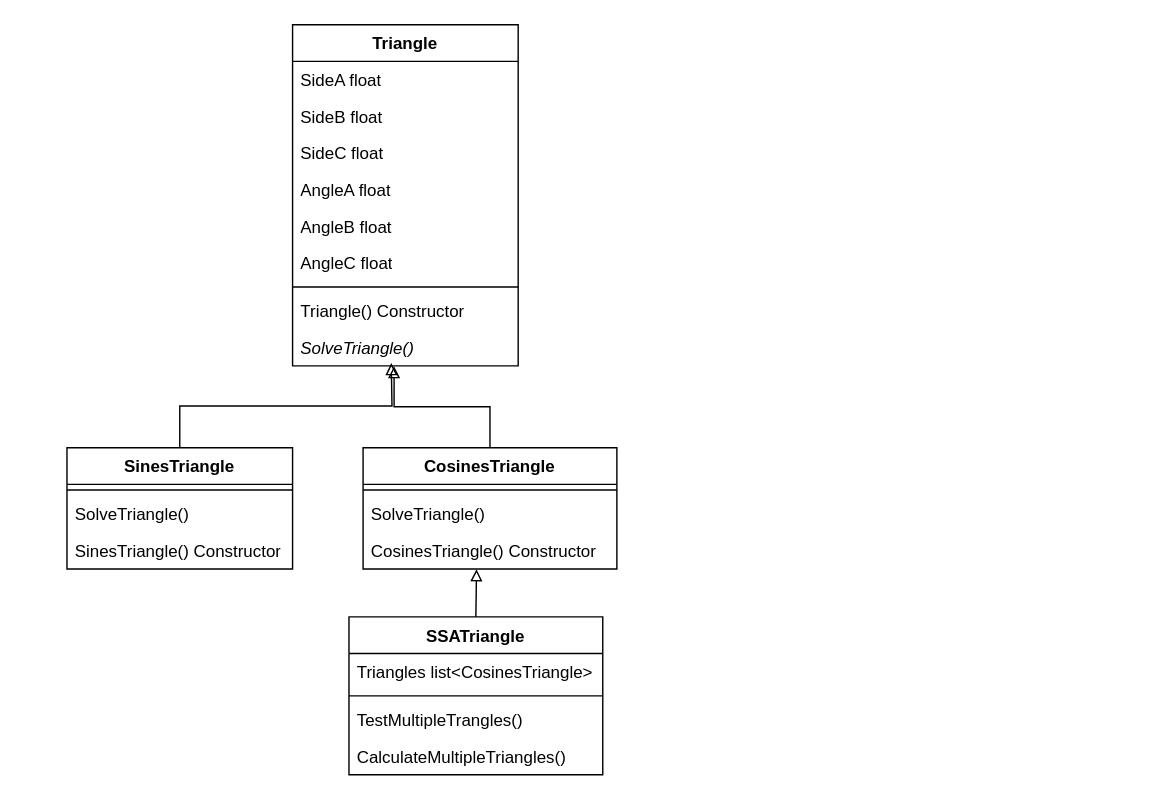
The draw.io diagram Draw.io/Untitled Diagram.drawio in Jebthegamer/cse210_hw, before the edit. Source tidied: cells renumbered, new cells numbered last; positions are measured from the earlier drawing's top-left corner, leaving out a move shared by most shapes. Both pictures are drawn from the tidied source at 141%, with x=0, y=0 at pixel (66, 24).
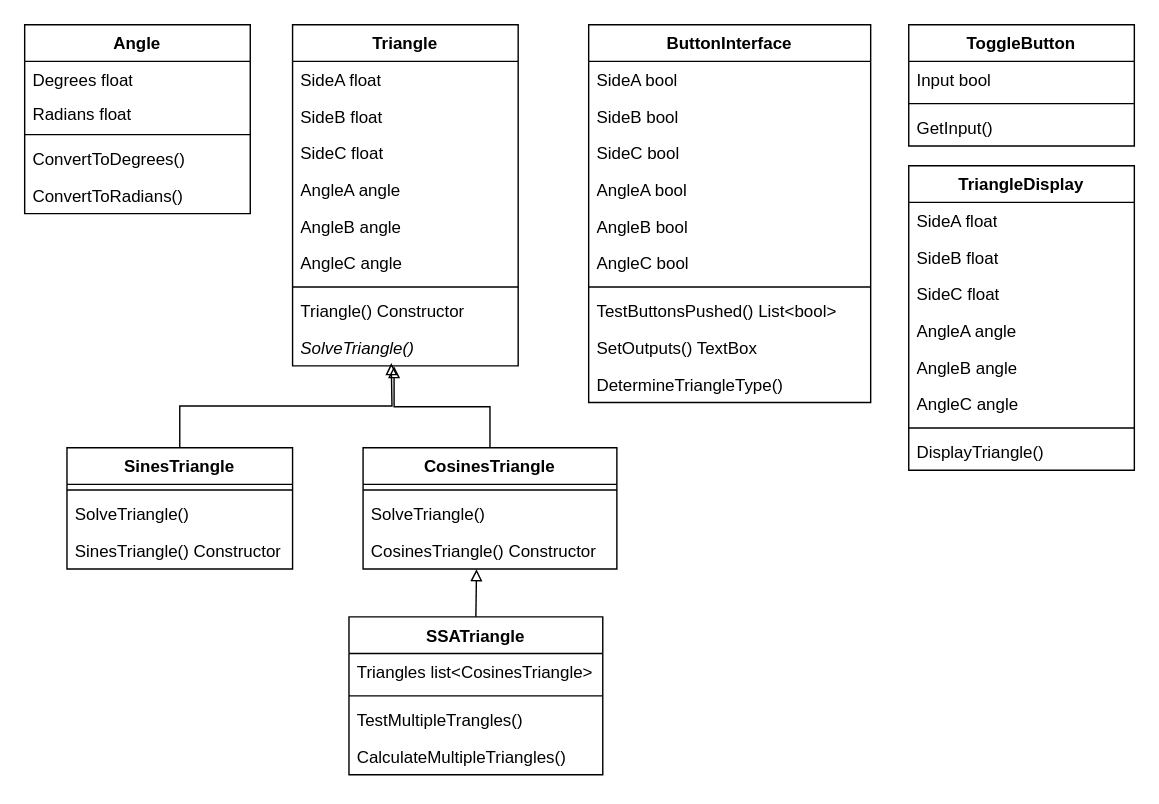
Above is the later version.

The change refers to these unchanged cells:
```xml
<mxCell id="6" value="Triangle" style="swimlane;fontStyle=1;align=center;verticalAlign=top;horizontal=1;startSize=26;whiteSpace=wrap;html=1;" parent="1" vertex="1">
  <mxGeometry x="160" width="160" height="242" as="geometry" />
</mxCell>
```

The edit, as a diff of the source:
```diff
@@
-    <mxCell id="10" value="AngleA float" style="text;strokeColor=none;fillColor=none;align=left;verticalAlign=top;spacingLeft=4;spacingRight=4;overflow=hidden;whiteSpace=wrap;html=1;" parent="6" vertex="1">
+    <mxCell id="10" value="AngleA angle" style="text;strokeColor=none;fillColor=none;align=left;verticalAlign=top;spacingLeft=4;spacingRight=4;overflow=hidden;whiteSpace=wrap;html=1;" parent="6" vertex="1">
       <mxGeometry y="104" width="160" height="26" as="geometry" />
     </mxCell>
-    <mxCell id="11" value="AngleB float" style="text;strokeColor=none;fillColor=none;align=left;verticalAlign=top;spacingLeft=4;spacingRight=4;overflow=hidden;whiteSpace=wrap;html=1;" parent="6" vertex="1">
+    <mxCell id="11" value="AngleB angle" style="text;strokeColor=none;fillColor=none;align=left;verticalAlign=top;spacingLeft=4;spacingRight=4;overflow=hidden;whiteSpace=wrap;html=1;" parent="6" vertex="1">
       <mxGeometry y="130" width="160" height="26" as="geometry" />
     </mxCell>
-    <mxCell id="12" value="AngleC float" style="text;strokeColor=none;fillColor=none;align=left;verticalAlign=top;spacingLeft=4;spacingRight=4;overflow=hidden;whiteSpace=wrap;html=1;" parent="6" vertex="1">
+    <mxCell id="12" value="AngleC angle" style="text;strokeColor=none;fillColor=none;align=left;verticalAlign=top;spacingLeft=4;spacingRight=4;overflow=hidden;whiteSpace=wrap;html=1;" parent="6" vertex="1">
       <mxGeometry y="156" width="160" height="26" as="geometry" />
     </mxCell>
@@
+    <mxCell id="28" value="ButtonInterface" style="swimlane;fontStyle=1;align=center;verticalAlign=top;horizontal=1;startSize=26;whiteSpace=wrap;html=1;" parent="1" vertex="1">
+      <mxGeometry x="370" width="200" height="268" as="geometry" />
+    </mxCell>
+    <mxCell id="29" value="SideA bool" style="text;strokeColor=none;fillColor=none;align=left;verticalAlign=top;spacingLeft=4;spacingRight=4;overflow=hidden;whiteSpace=wrap;html=1;" parent="28" vertex="1">
+      <mxGeometry y="26" width="200" height="26" as="geometry" />
+    </mxCell>
+    <mxCell id="30" value="SideB&amp;nbsp;bool" style="text;strokeColor=none;fillColor=none;align=left;verticalAlign=top;spacingLeft=4;spacingRight=4;overflow=hidden;whiteSpace=wrap;html=1;" parent="28" vertex="1">
+      <mxGeometry y="52" width="200" height="26" as="geometry" />
+    </mxCell>
+    <mxCell id="31" value="SideC bool" style="text;strokeColor=none;fillColor=none;align=left;verticalAlign=top;spacingLeft=4;spacingRight=4;overflow=hidden;whiteSpace=wrap;html=1;" parent="28" vertex="1">
+      <mxGeometry y="78" width="200" height="26" as="geometry" />
+    </mxCell>
+    <mxCell id="32" value="AngleA bool" style="text;strokeColor=none;fillColor=none;align=left;verticalAlign=top;spacingLeft=4;spacingRight=4;overflow=hidden;whiteSpace=wrap;html=1;" parent="28" vertex="1">
+      <mxGeometry y="104" width="200" height="26" as="geometry" />
+    </mxCell>
+    <mxCell id="33" value="AngleB bool" style="text;strokeColor=none;fillColor=none;align=left;verticalAlign=top;spacingLeft=4;spacingRight=4;overflow=hidden;whiteSpace=wrap;html=1;" parent="28" vertex="1">
+      <mxGeometry y="130" width="200" height="26" as="geometry" />
+    </mxCell>
+    <mxCell id="34" value="AngleC bool" style="text;strokeColor=none;fillColor=none;align=left;verticalAlign=top;spacingLeft=4;spacingRight=4;overflow=hidden;whiteSpace=wrap;html=1;" parent="28" vertex="1">
+      <mxGeometry y="156" width="200" height="26" as="geometry" />
+    </mxCell>
+    <mxCell id="35" style="line;strokeWidth=1;fillColor=none;align=left;verticalAlign=middle;spacingTop=-1;spacingLeft=3;spacingRight=3;labelPosition=right;strokeColor=inherit;" parent="28" vertex="1">
+      <mxGeometry y="182" width="200" height="8" as="geometry" />
+    </mxCell>
+    <mxCell id="36" value="TestButtonsPushed() List&amp;lt;bool&amp;gt;" style="text;strokeColor=none;fillColor=none;align=left;verticalAlign=top;spacingLeft=4;spacingRight=4;overflow=hidden;whiteSpace=wrap;html=1;" parent="28" vertex="1">
+      <mxGeometry y="190" width="200" height="26" as="geometry" />
+    </mxCell>
+    <mxCell id="37" value="SetOutputs() TextBox" style="text;strokeColor=none;fillColor=none;align=left;verticalAlign=top;spacingLeft=4;spacingRight=4;overflow=hidden;whiteSpace=wrap;html=1;" parent="28" vertex="1">
+      <mxGeometry y="216" width="200" height="26" as="geometry" />
+    </mxCell>
+    <mxCell id="38" value="DetermineTriangleType()&amp;nbsp;" style="text;strokeColor=none;fillColor=none;align=left;verticalAlign=top;spacingLeft=4;spacingRight=4;overflow=hidden;whiteSpace=wrap;html=1;" parent="28" vertex="1">
+      <mxGeometry y="242" width="200" height="26" as="geometry" />
+    </mxCell>
+    <mxCell id="39" value="Angle" style="swimlane;fontStyle=1;align=center;verticalAlign=top;horizontal=1;startSize=26;whiteSpace=wrap;html=1;" parent="1" vertex="1">
+      <mxGeometry x="-30" width="160" height="134" as="geometry" />
+    </mxCell>
+    <mxCell id="40" value="Degrees float" style="text;strokeColor=none;fillColor=none;align=left;verticalAlign=top;spacingLeft=4;spacingRight=4;overflow=hidden;whiteSpace=wrap;html=1;" parent="39" vertex="1">
+      <mxGeometry y="26" width="160" height="24" as="geometry" />
+    </mxCell>
+    <mxCell id="41" value="Radians float" style="text;strokeColor=none;fillColor=none;align=left;verticalAlign=top;spacingLeft=4;spacingRight=4;overflow=hidden;whiteSpace=wrap;html=1;" parent="39" vertex="1">
+      <mxGeometry y="50" width="160" height="24" as="geometry" />
+    </mxCell>
+    <mxCell id="42" style="line;strokeWidth=1;fillColor=none;align=left;verticalAlign=middle;spacingTop=-1;spacingLeft=3;spacingRight=3;labelPosition=right;strokeColor=inherit;" parent="39" vertex="1">
+      <mxGeometry y="74" width="160" height="8" as="geometry" />
+    </mxCell>
+    <mxCell id="43" value="ConvertToDegrees()" style="text;strokeColor=none;fillColor=none;align=left;verticalAlign=top;spacingLeft=4;spacingRight=4;overflow=hidden;whiteSpace=wrap;html=1;" parent="39" vertex="1">
+      <mxGeometry y="82" width="160" height="26" as="geometry" />
+    </mxCell>
+    <mxCell id="44" value="ConvertToRadians()" style="text;strokeColor=none;fillColor=none;align=left;verticalAlign=top;spacingLeft=4;spacingRight=4;overflow=hidden;whiteSpace=wrap;html=1;" parent="39" vertex="1">
+      <mxGeometry y="108" width="160" height="26" as="geometry" />
+    </mxCell>
+    <mxCell id="45" value="ToggleButton" style="swimlane;fontStyle=1;align=center;verticalAlign=top;horizontal=1;startSize=26;whiteSpace=wrap;html=1;" parent="1" vertex="1">
+      <mxGeometry x="597" width="160" height="86" as="geometry" />
+    </mxCell>
+    <mxCell id="46" value="Input bool" style="text;strokeColor=none;fillColor=none;align=left;verticalAlign=top;spacingLeft=4;spacingRight=4;overflow=hidden;whiteSpace=wrap;html=1;" parent="45" vertex="1">
+      <mxGeometry y="26" width="160" height="26" as="geometry" />
+    </mxCell>
+    <mxCell id="47" style="line;strokeWidth=1;fillColor=none;align=left;verticalAlign=middle;spacingTop=-1;spacingLeft=3;spacingRight=3;labelPosition=right;strokeColor=inherit;" parent="45" vertex="1">
+      <mxGeometry y="52" width="160" height="8" as="geometry" />
+    </mxCell>
+    <mxCell id="48" value="GetInput()" style="text;strokeColor=none;fillColor=none;align=left;verticalAlign=top;spacingLeft=4;spacingRight=4;overflow=hidden;whiteSpace=wrap;html=1;" parent="45" vertex="1">
+      <mxGeometry y="60" width="160" height="26" as="geometry" />
+    </mxCell>
+    <mxCell id="49" value="TriangleDisplay" style="swimlane;fontStyle=1;align=center;verticalAlign=top;horizontal=1;startSize=26;whiteSpace=wrap;html=1;" parent="1" vertex="1">
+      <mxGeometry x="597" y="100" width="160" height="216" as="geometry" />
+    </mxCell>
+    <mxCell id="50" value="SideA float" style="text;strokeColor=none;fillColor=none;align=left;verticalAlign=top;spacingLeft=4;spacingRight=4;overflow=hidden;whiteSpace=wrap;html=1;" parent="49" vertex="1">
+      <mxGeometry y="26" width="160" height="26" as="geometry" />
+    </mxCell>
+    <mxCell id="51" value="SideB float" style="text;strokeColor=none;fillColor=none;align=left;verticalAlign=top;spacingLeft=4;spacingRight=4;overflow=hidden;whiteSpace=wrap;html=1;" parent="49" vertex="1">
+      <mxGeometry y="52" width="160" height="26" as="geometry" />
+    </mxCell>
+    <mxCell id="52" value="SideC float" style="text;strokeColor=none;fillColor=none;align=left;verticalAlign=top;spacingLeft=4;spacingRight=4;overflow=hidden;whiteSpace=wrap;html=1;" parent="49" vertex="1">
+      <mxGeometry y="78" width="160" height="26" as="geometry" />
+    </mxCell>
+    <mxCell id="53" value="AngleA angle" style="text;strokeColor=none;fillColor=none;align=left;verticalAlign=top;spacingLeft=4;spacingRight=4;overflow=hidden;whiteSpace=wrap;html=1;" parent="49" vertex="1">
+      <mxGeometry y="104" width="160" height="26" as="geometry" />
+    </mxCell>
+    <mxCell id="54" value="AngleB angle" style="text;strokeColor=none;fillColor=none;align=left;verticalAlign=top;spacingLeft=4;spacingRight=4;overflow=hidden;whiteSpace=wrap;html=1;" parent="49" vertex="1">
+      <mxGeometry y="130" width="160" height="26" as="geometry" />
+    </mxCell>
+    <mxCell id="55" value="AngleC angle" style="text;strokeColor=none;fillColor=none;align=left;verticalAlign=top;spacingLeft=4;spacingRight=4;overflow=hidden;whiteSpace=wrap;html=1;" parent="49" vertex="1">
+      <mxGeometry y="156" width="160" height="26" as="geometry" />
+    </mxCell>
+    <mxCell id="56" style="line;strokeWidth=1;fillColor=none;align=left;verticalAlign=middle;spacingTop=-1;spacingLeft=3;spacingRight=3;labelPosition=right;strokeColor=inherit;" parent="49" vertex="1">
+      <mxGeometry y="182" width="160" height="8" as="geometry" />
+    </mxCell>
+    <mxCell id="57" value="DisplayTriangle()" style="text;strokeColor=none;fillColor=none;align=left;verticalAlign=top;spacingLeft=4;spacingRight=4;overflow=hidden;whiteSpace=wrap;html=1;" parent="49" vertex="1">
+      <mxGeometry y="190" width="160" height="26" as="geometry" />
+    </mxCell>
```
